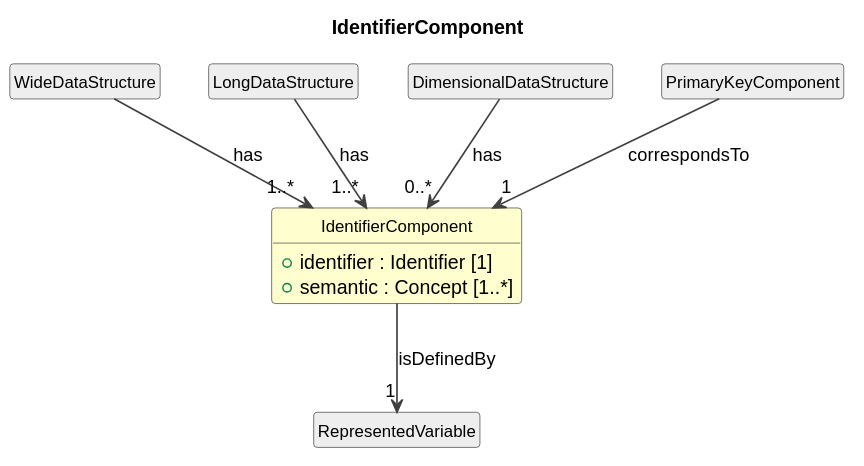
Above: cdif-uml-model/CDIFDataStructure/Classes/IdentifierComponent.svg in Cross-Domain-Interoperability-Framework/metadataBuildingBlocks (PlantUML), before the change. Source of this version:
```plantuml
@startuml
title IdentifierComponent
hide circle
hide empty members
skinparam shadowing false
skinparam ArrowThickness 1.2
skinparam class {
  ArrowColor #404040
  BorderColor #404040
  FontSize 12
}

class "IdentifierComponent" as IdentifierComponent #FEFECE {
  +identifier : Identifier [1]
  +semantic : Concept [1..*]
}
class "WideDataStructure" as WideDataStructure #EEEEEE
WideDataStructure --> "1..*" IdentifierComponent : has
class "LongDataStructure" as LongDataStructure #EEEEEE
LongDataStructure --> "1..*" IdentifierComponent : has
class "DimensionalDataStructure" as DimensionalDataStructure #EEEEEE
DimensionalDataStructure --> "0..*" IdentifierComponent : has
class "RepresentedVariable" as RepresentedVariable #EEEEEE
IdentifierComponent --> "1" RepresentedVariable : isDefinedBy
class "PrimaryKeyComponent" as PrimaryKeyComponent #EEEEEE
PrimaryKeyComponent --> "1" IdentifierComponent : correspondsTo
@enduml
```
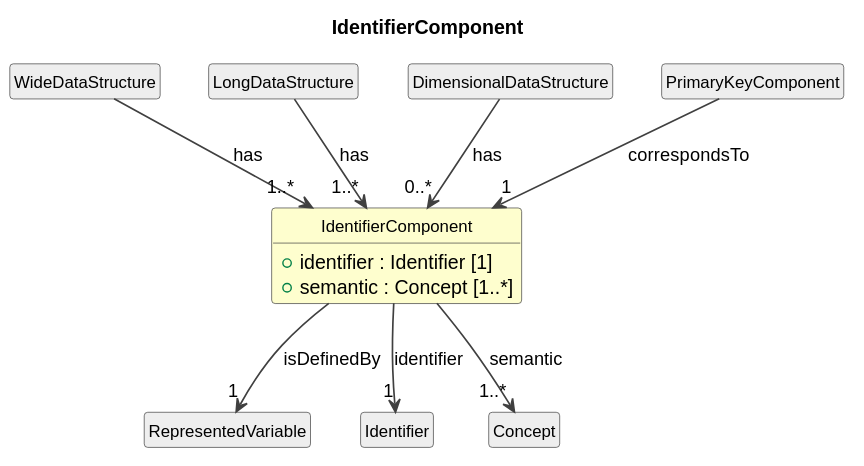
Later version of the same file.

Change to the diagram source:
```diff
@@ -24,4 +24,8 @@
 IdentifierComponent --> "1" RepresentedVariable : isDefinedBy
 class "PrimaryKeyComponent" as PrimaryKeyComponent #EEEEEE
 PrimaryKeyComponent --> "1" IdentifierComponent : correspondsTo
+class "Identifier" as Identifier #EEEEEE
+IdentifierComponent --> "1" Identifier : identifier
+class "Concept" as Concept #EEEEEE
+IdentifierComponent --> "1..*" Concept : semantic
 @enduml
```
